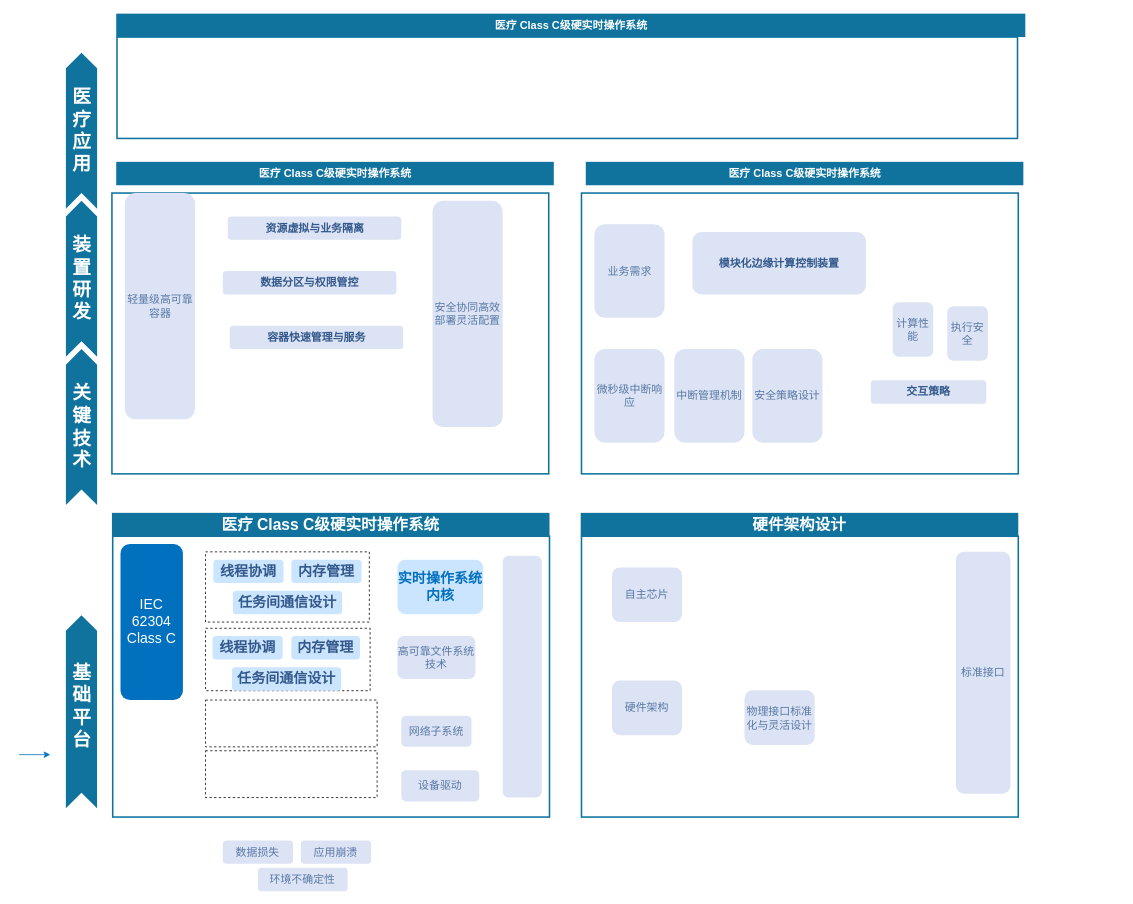
Above: page "Page-1" (1 of 6) of draw/Untitled Diagram.drawio in peng-fan/drawio (draw.io), before the change. Source tidied: cells renumbered, new cells numbered last; positions are measured from the earlier drawing's top-left corner, leaving out a move shared by most shapes. Both pictures are drawn from the tidied source at 78%, with x=0, y=0 at pixel (-16, 13).
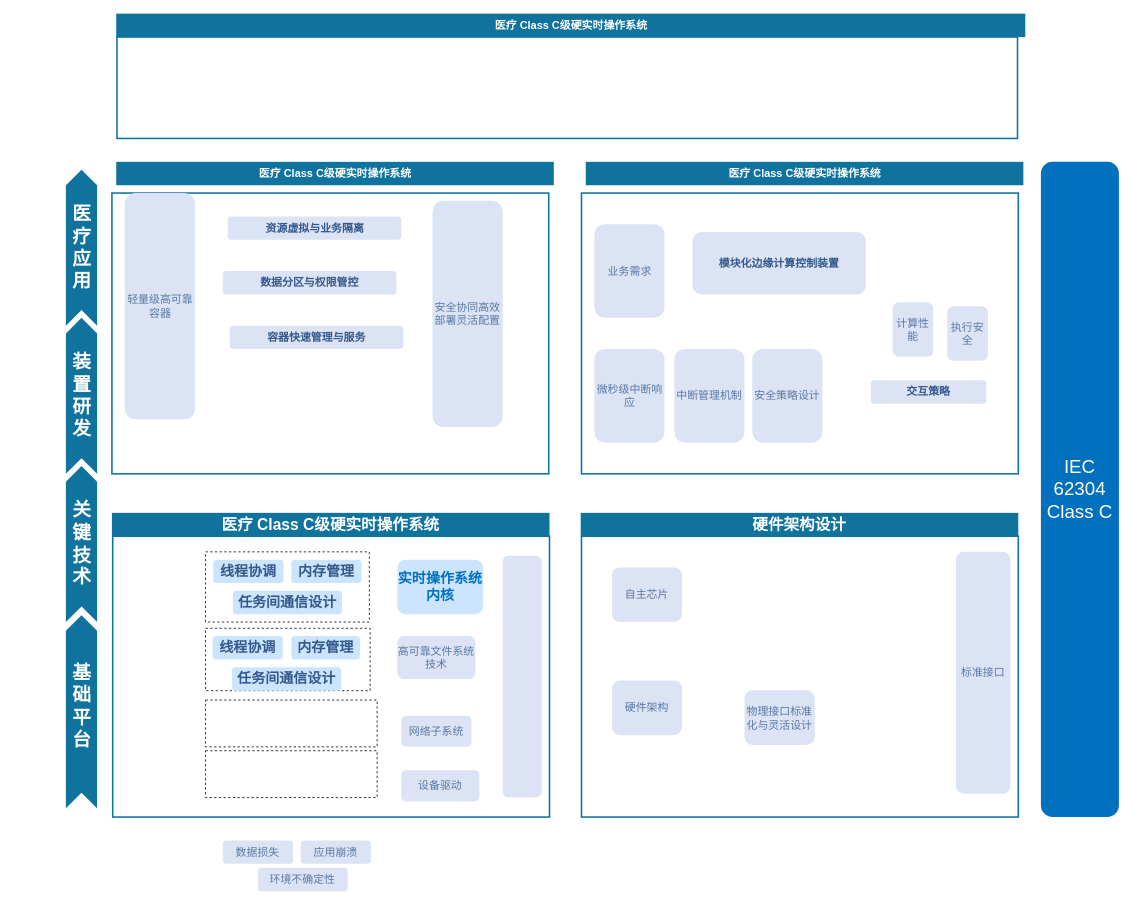
The same diagram, later.

The change refers to these unchanged cells:
```xml
<mxCell id="3" style="group;" parent="1" vertex="1">
  <mxGeometry x="104" y="620" width="207.5" height="240" as="geometry" />
</mxCell>
```

What changed in the source:
```diff
@@
-    <mxCell id="6" style="group;" parent="1" vertex="1">
-      <mxGeometry x="104" y="430" width="40" height="200" as="geometry" />
+    <mxCell id="6" style="group;" parent="3" vertex="1">
+      <mxGeometry y="-40" width="40" height="200" as="geometry" />
     </mxCell>
@@
     <mxCell id="10" style="group;" parent="1" vertex="1">
-      <mxGeometry x="104" y="50" width="40" height="200" as="geometry" />
+      <mxGeometry x="104" y="200" width="40" height="200" as="geometry" />
     </mxCell>
@@
-    <mxCell id="18" value="&lt;font color=&quot;#ffffff&quot; style=&quot;font-size: 18px&quot;&gt;IEC 62304 Class C&lt;/font&gt;" style="rounded=1;whiteSpace=wrap;html=1;dashed=1;fontSize=14;strokeColor=none;fillColor=#0070BF;" parent="1" vertex="1">
-      <mxGeometry x="174" y="680" width="80" height="200" as="geometry" />
+    <mxCell id="18" value="&lt;font color=&quot;#ffffff&quot; style=&quot;font-size: 24px;&quot;&gt;IEC 62304 Class C&lt;/font&gt;" style="rounded=1;whiteSpace=wrap;html=1;dashed=1;fontSize=14;strokeColor=none;fillColor=#0070BF;" parent="1" vertex="1">
+      <mxGeometry x="1354" y="190" width="100" height="840" as="geometry" />
     </mxCell>
@@
     <mxCell id="52" style="group;" parent="1" vertex="1">
-      <mxGeometry x="104" y="240" width="40" height="200" as="geometry" />
+      <mxGeometry x="104" y="390" width="40" height="200" as="geometry" />
     </mxCell>
@@
-    <mxCell id="57" style="endArrow=classic;html=1;rounded=0;fontSize=18;fontColor=#0070BF;strokeColor=#0070BF;" parent="1" edge="1">
-      <mxGeometry relative="1" as="geometry">
-        <mxPoint x="44" y="950" as="sourcePoint" />
-        <mxPoint x="84" y="950" as="targetPoint" />
-      </mxGeometry>
-    </mxCell>
```
